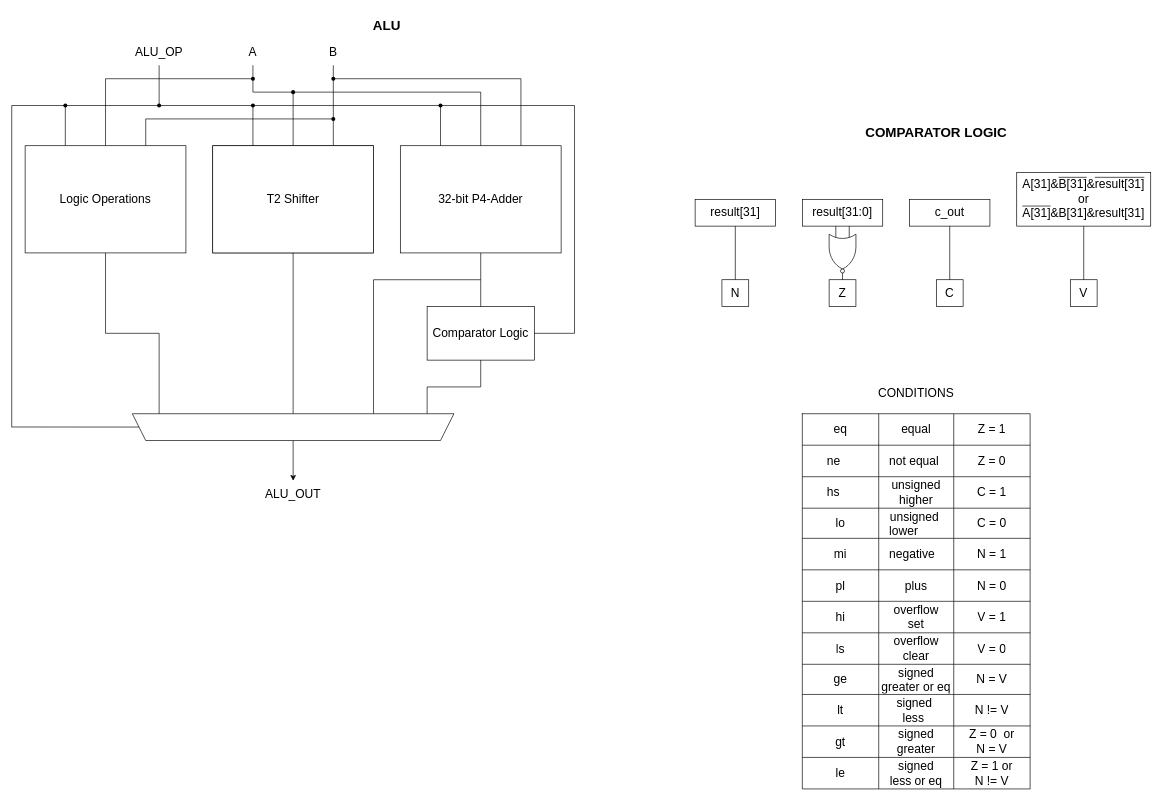
lorenzobadas/DLX keeps this draw.io diagram as docs/alu_architecture.drawio. Above is the earlier version. Source tidied: cells renumbered, new cells numbered last; positions are measured from the earlier drawing's top-left corner, leaving out a move shared by most shapes. Both pictures are drawn from the tidied source at 67%, with x=0, y=0 at pixel (11, 11).
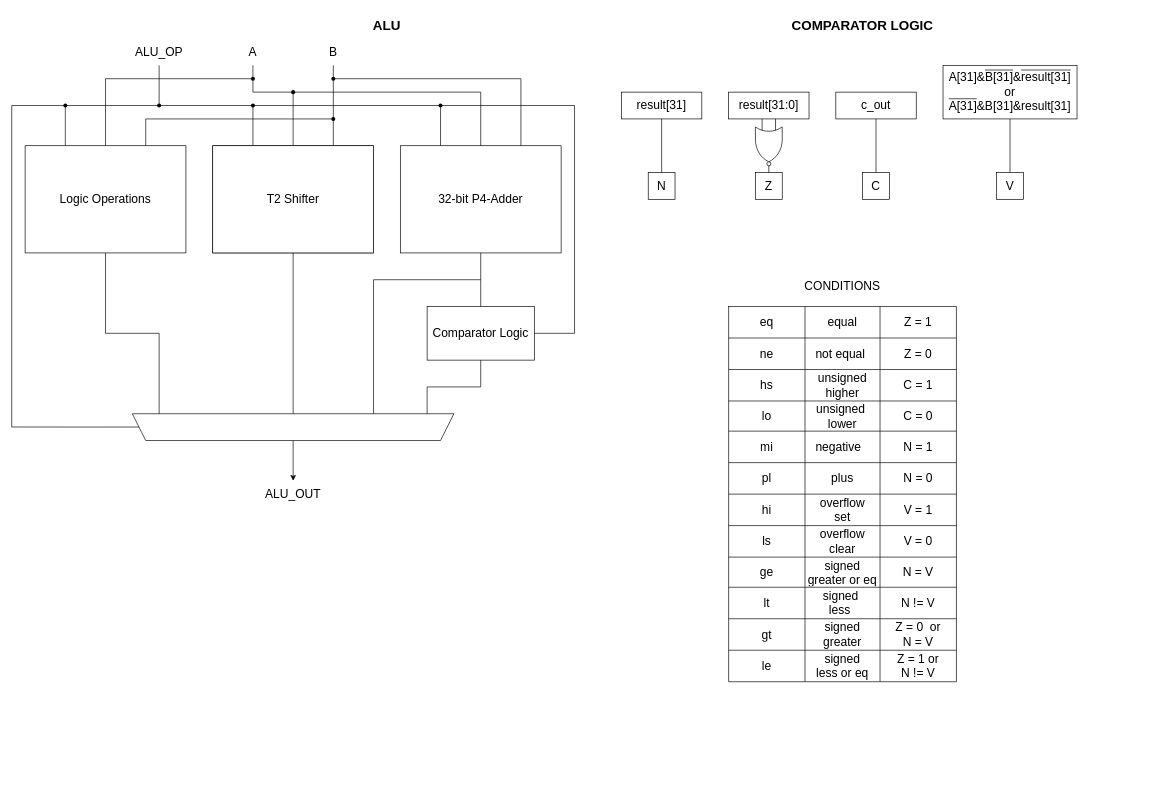
The same diagram, later.

The change refers to these unchanged cells:
```xml
<mxCell id="47" style="shape=tableRow;horizontal=0;startSize=0;swimlaneHead=0;swimlaneBody=0;top=0;left=0;bottom=0;right=0;fillColor=none;" parent="42" vertex="1">
  <mxGeometry y="47" width="340" height="47" as="geometry" />
</mxCell>
<mxCell id="51" style="shape=tableRow;horizontal=0;startSize=0;swimlaneHead=0;swimlaneBody=0;top=0;left=0;bottom=0;right=0;fillColor=none;" parent="42" vertex="1">
  <mxGeometry y="94" width="340" height="47" as="geometry" />
</mxCell>
<mxCell id="55" style="shape=tableRow;horizontal=0;startSize=0;swimlaneHead=0;swimlaneBody=0;top=0;left=0;bottom=0;right=0;fillColor=none;" parent="42" vertex="1">
  <mxGeometry y="141" width="340" height="45" as="geometry" />
</mxCell>
```

Diff of the diagram source:
```diff
@@
     <mxCell id="17" value="&lt;font style=&quot;font-size: 20px;&quot;&gt;&lt;b&gt;COMPARATOR LOGIC&lt;/b&gt;&lt;/font&gt;" style="text;html=1;align=center;verticalAlign=middle;whiteSpace=wrap;rounded=0;" parent="1" vertex="1">
-      <mxGeometry x="1160" y="160" width="440" height="40" as="geometry" />
+      <mxGeometry x="1050" width="440" height="40" as="geometry" />
     </mxCell>
     <mxCell id="18" style="verticalLabelPosition=bottom;shadow=0;dashed=0;align=center;html=1;verticalAlign=top;shape=mxgraph.electrical.logic_gates.logic_gate;operation=or;negating=1;negSize=0.15;rotation=90;" parent="1" vertex="1">
-      <mxGeometry x="1200" y="340" width="80" height="40" as="geometry" />
+      <mxGeometry x="1090" y="180" width="80" height="40" as="geometry" />
     </mxCell>
     <mxCell id="19" value="&lt;font style=&quot;font-size: 18px;&quot;&gt;result[31:0]&lt;/font&gt;" style="text;html=1;align=center;verticalAlign=middle;whiteSpace=wrap;rounded=0;strokeColor=default;" parent="1" vertex="1">
-      <mxGeometry x="1180" y="280" width="120" height="40" as="geometry" />
+      <mxGeometry x="1070" y="120" width="120" height="40" as="geometry" />
     </mxCell>
     <mxCell id="20" value="&lt;font style=&quot;font-size: 18px;&quot;&gt;Z&lt;/font&gt;" style="text;html=1;align=center;verticalAlign=middle;whiteSpace=wrap;rounded=0;strokeColor=default;" parent="1" vertex="1">
-      <mxGeometry x="1220" y="400" width="40" height="40" as="geometry" />
+      <mxGeometry x="1110" y="240" width="40" height="40" as="geometry" />
     </mxCell>
@@
     <mxCell id="22" value="&lt;font style=&quot;font-size: 18px;&quot;&gt;result[31]&lt;/font&gt;" style="text;html=1;align=center;verticalAlign=middle;whiteSpace=wrap;rounded=0;strokeColor=default;" parent="1" vertex="1">
-      <mxGeometry x="1020" y="280" width="120" height="40" as="geometry" />
+      <mxGeometry x="910" y="120" width="120" height="40" as="geometry" />
     </mxCell>
     <mxCell id="23" value="&lt;font style=&quot;font-size: 18px;&quot;&gt;N&lt;/font&gt;" style="text;html=1;align=center;verticalAlign=middle;whiteSpace=wrap;rounded=0;strokeColor=default;" parent="1" vertex="1">
-      <mxGeometry x="1060" y="400" width="40" height="40" as="geometry" />
+      <mxGeometry x="950" y="240" width="40" height="40" as="geometry" />
     </mxCell>
@@
     <mxCell id="25" value="&lt;font style=&quot;font-size: 18px;&quot;&gt;c_out&lt;/font&gt;" style="text;html=1;align=center;verticalAlign=middle;whiteSpace=wrap;rounded=0;strokeColor=default;" parent="1" vertex="1">
-      <mxGeometry x="1340" y="280" width="120" height="40" as="geometry" />
+      <mxGeometry x="1230" y="120" width="120" height="40" as="geometry" />
     </mxCell>
     <mxCell id="26" value="&lt;font style=&quot;font-size: 18px;&quot;&gt;C&lt;/font&gt;" style="text;html=1;align=center;verticalAlign=middle;whiteSpace=wrap;rounded=0;strokeColor=default;" parent="1" vertex="1">
-      <mxGeometry x="1380" y="400" width="40" height="40" as="geometry" />
+      <mxGeometry x="1270" y="240" width="40" height="40" as="geometry" />
     </mxCell>
@@
     <mxCell id="28" value="&lt;font style=&quot;font-size: 18px;&quot;&gt;A[31]&amp;amp;&lt;span style=&quot;text-decoration:overline&quot;&gt;B[31]&lt;/span&gt;&amp;amp;&lt;span style=&quot;text-decoration:overline&quot;&gt;result[31]&lt;/span&gt;&lt;/font&gt;&lt;div&gt;&lt;span style=&quot;font-size: 18px;&quot;&gt;or&lt;br&gt;&lt;/span&gt;&lt;div&gt;&lt;font style=&quot;font-size: 18px;&quot;&gt;&lt;span style=&quot;text-decoration:overline&quot;&gt;A[31]&lt;/span&gt;&amp;amp;B[31]&amp;amp;result[31]&lt;br&gt;&lt;/font&gt;&lt;/div&gt;&lt;/div&gt;" style="text;html=1;align=center;verticalAlign=middle;whiteSpace=wrap;rounded=0;strokeColor=default;" parent="1" vertex="1">
-      <mxGeometry x="1500" y="240" width="200" height="80" as="geometry" />
+      <mxGeometry x="1390" y="80" width="200" height="80" as="geometry" />
     </mxCell>
     <mxCell id="29" value="&lt;span style=&quot;font-size: 18px;&quot;&gt;V&lt;/span&gt;" style="text;html=1;align=center;verticalAlign=middle;whiteSpace=wrap;rounded=0;strokeColor=default;" parent="1" vertex="1">
-      <mxGeometry x="1580" y="400" width="40" height="40" as="geometry" />
+      <mxGeometry x="1470" y="240" width="40" height="40" as="geometry" />
     </mxCell>
@@
     <mxCell id="31" value="&lt;font style=&quot;font-size: 18px;&quot;&gt;CONDITIONS&lt;/font&gt;" style="text;html=1;align=center;verticalAlign=middle;whiteSpace=wrap;rounded=0;" parent="1" vertex="1">
-      <mxGeometry x="1210" y="550" width="280" height="40" as="geometry" />
+      <mxGeometry x="1100" y="390" width="280" height="40" as="geometry" />
     </mxCell>
@@
     <mxCell id="42" style="shape=table;startSize=0;childLayout=tableLayout;fontSize=18;" parent="1" vertex="1">
-      <mxGeometry x="1180" y="600" width="340" height="560" as="geometry" />
+      <mxGeometry x="1070" y="440" width="340" height="560" as="geometry" />
     </mxCell>
@@
-    <mxCell id="48" value="ne&lt;span style=&quot;white-space: pre;&quot;&gt;&#9;&lt;/span&gt;" style="shape=partialRectangle;html=1;whiteSpace=wrap;overflow=hidden;fillColor=none;top=0;left=0;bottom=0;right=0;fontSize=18;" parent="47" vertex="1">
+    <mxCell id="48" value="ne" style="shape=partialRectangle;html=1;whiteSpace=wrap;overflow=hidden;fillColor=none;top=0;left=0;bottom=0;right=0;fontSize=18;" parent="47" vertex="1">
       <mxGeometry width="114" height="47" as="geometry" />
     </mxCell>
@@
-    <mxCell id="52" value="hs&lt;span style=&quot;white-space: pre;&quot;&gt;&#9;&lt;/span&gt;&lt;br&gt;" style="shape=partialRectangle;html=1;whiteSpace=wrap;overflow=hidden;fillColor=none;top=0;left=0;bottom=0;right=0;fontSize=18;" parent="51" vertex="1">
+    <mxCell id="52" value="hs" style="shape=partialRectangle;html=1;whiteSpace=wrap;overflow=hidden;fillColor=none;top=0;left=0;bottom=0;right=0;fontSize=18;" parent="51" vertex="1">
       <mxGeometry width="114" height="47" as="geometry" />
     </mxCell>
@@
-    <mxCell id="57" value="unsigned&amp;nbsp;&lt;br&gt;lower&lt;span style=&quot;white-space: pre;&quot;&gt;&#9;&lt;/span&gt;" style="shape=partialRectangle;html=1;whiteSpace=wrap;overflow=hidden;fillColor=none;top=0;left=0;bottom=0;right=0;fontSize=18;" parent="55" vertex="1">
+    <mxCell id="57" value="unsigned&amp;nbsp;&lt;br&gt;lower" style="shape=partialRectangle;html=1;whiteSpace=wrap;overflow=hidden;fillColor=none;top=0;left=0;bottom=0;right=0;fontSize=18;" parent="55" vertex="1">
       <mxGeometry x="114" width="112" height="45" as="geometry" />
     </mxCell>
```
